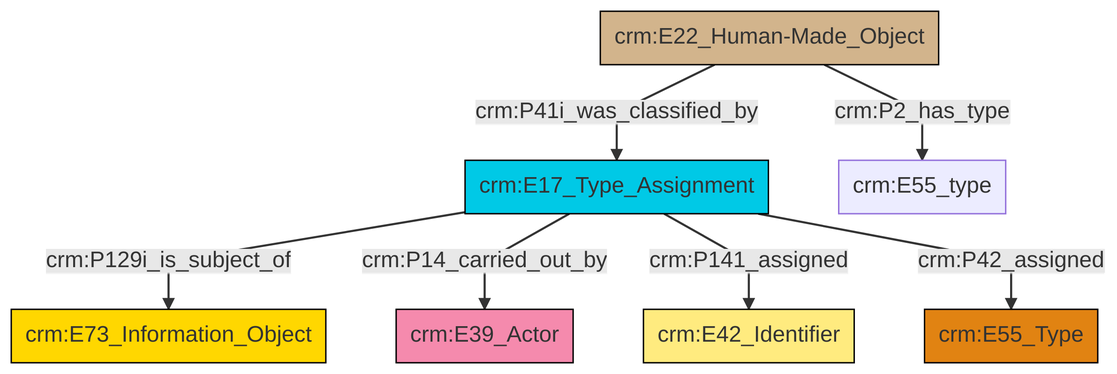
Above: et/builtWorkCSV/ttl/mmd/png/Built_Work_designation_status.png in swiss-art-research-net/reference-data-models (Mermaid), before the change. Its source is kept beside it as et/builtWorkCSV/ttl/mmd/Built_Work_designation_status.ttl.mmd.
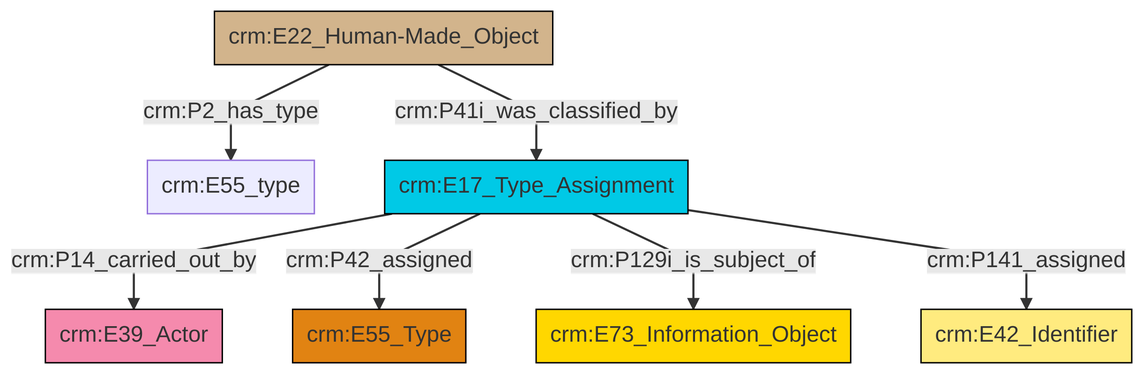
The same file after the commit.

Diff of the diagram source:
```diff
@@ -13,9 +13,9 @@
 classDef PC_Classes fill:#4ce600, stroke:#000000;
 classDef Multi fill:#cccccc,stroke:#000000;
 
-0["crm:E17_Type_Assignment"]:::Temporal_Entity -->|crm:P129i_is_subject_of| 1["crm:E73_Information_Object"]:::Conceptual_Object
-0["crm:E17_Type_Assignment"]:::Temporal_Entity -->|crm:P14_carried_out_by| 2["crm:E39_Actor"]:::Actor
-0["crm:E17_Type_Assignment"]:::Temporal_Entity -->|crm:P141_assigned| 7["crm:E42_Identifier"]:::Appellation
-0["crm:E17_Type_Assignment"]:::Temporal_Entity -->|crm:P42_assigned| 5["crm:E55_Type"]:::Type
-10["crm:E22_Human-Made_Object"]:::Physical_Thing -->|crm:P41i_was_classified_by| 0["crm:E17_Type_Assignment"]:::Temporal_Entity
-10["crm:E22_Human-Made_Object"]:::Physical_Thing -->|crm:P2_has_type| 3["crm:E55_type"]:::Default
+0["crm:E22_Human-Made_Object"]:::Physical_Thing -->|crm:P2_has_type| 2["crm:E55_type"]:::Default
+5["crm:E17_Type_Assignment"]:::Temporal_Entity -->|crm:P14_carried_out_by| 6["crm:E39_Actor"]:::Actor
+0["crm:E22_Human-Made_Object"]:::Physical_Thing -->|crm:P41i_was_classified_by| 5["crm:E17_Type_Assignment"]:::Temporal_Entity
+5["crm:E17_Type_Assignment"]:::Temporal_Entity -->|crm:P42_assigned| 3["crm:E55_Type"]:::Type
+5["crm:E17_Type_Assignment"]:::Temporal_Entity -->|crm:P129i_is_subject_of| 7["crm:E73_Information_Object"]:::Conceptual_Object
+5["crm:E17_Type_Assignment"]:::Temporal_Entity -->|crm:P141_assigned| 9["crm:E42_Identifier"]:::Appellation
```
